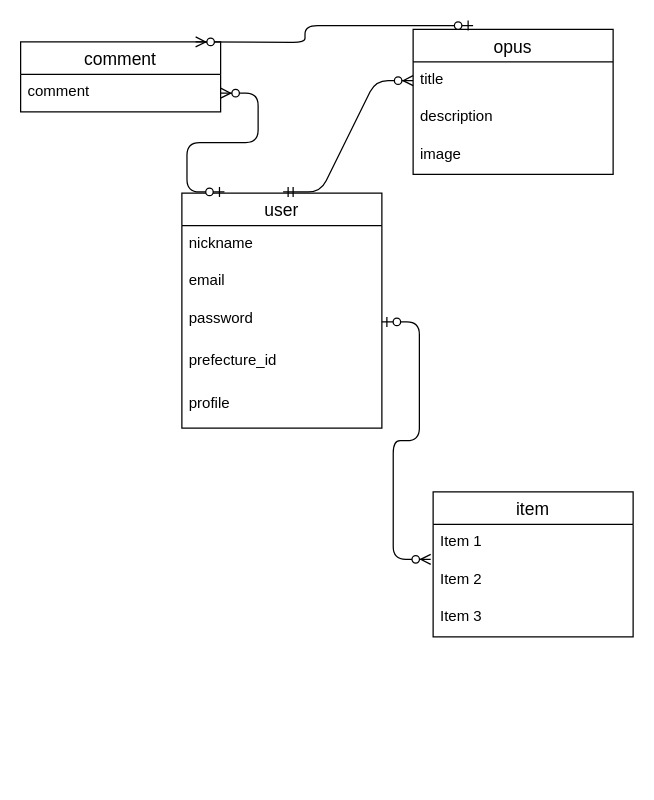
The draw.io diagram def_style.dio in tairakanno/def_style, before the edit. Source tidied: cells renumbered, new cells numbered last; positions are measured from the earlier drawing's top-left corner, leaving out a move shared by most shapes. Both pictures are drawn from the tidied source at 125%, with x=0, y=0 at pixel (20, 29).
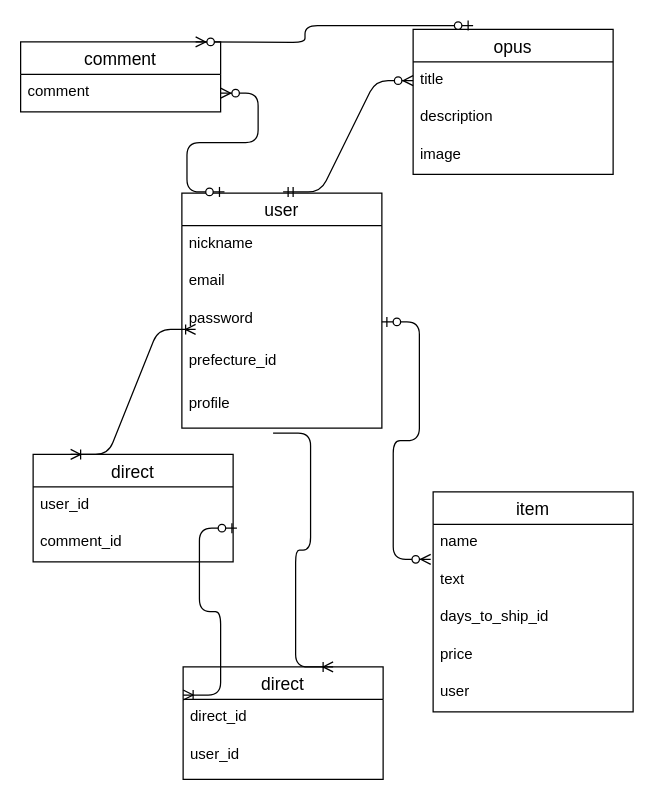
After the change.

Unchanged cells that the change refers to:
```xml
<mxCell id="7" value="profile" style="text;strokeColor=none;fillColor=none;spacingLeft=4;spacingRight=4;overflow=hidden;points=[[0,0.5],[1,0.5]];portConstraint=eastwest;fontSize=12;" parent="2" vertex="1">
  <mxGeometry y="154" width="160" height="34" as="geometry" />
</mxCell>
```

Diff of the diagram source:
```diff
@@
     <mxCell id="8" value="item" style="swimlane;fontStyle=0;horizontal=1;startSize=26;align=center;fontSize=14;" parent="1" vertex="1">
-      <mxGeometry x="330" y="370" width="160" height="116" as="geometry" />
+      <mxGeometry x="330" y="370" width="160" height="176" as="geometry" />
     </mxCell>
-    <mxCell id="9" value="Item 1" style="text;strokeColor=none;fillColor=none;spacingLeft=4;spacingRight=4;overflow=hidden;points=[[0,0.5],[1,0.5]];portConstraint=eastwest;fontSize=12;" parent="8" vertex="1">
+    <mxCell id="9" value="name" style="text;strokeColor=none;fillColor=none;spacingLeft=4;spacingRight=4;overflow=hidden;points=[[0,0.5],[1,0.5]];portConstraint=eastwest;fontSize=12;" parent="8" vertex="1">
       <mxGeometry y="26" width="160" height="30" as="geometry" />
     </mxCell>
-    <mxCell id="10" value="Item 2" style="text;strokeColor=none;fillColor=none;spacingLeft=4;spacingRight=4;overflow=hidden;fontSize=12;" parent="8" vertex="1">
+    <mxCell id="10" value="text" style="text;strokeColor=none;fillColor=none;spacingLeft=4;spacingRight=4;overflow=hidden;fontSize=12;" parent="8" vertex="1">
       <mxGeometry y="56" width="160" height="30" as="geometry" />
     </mxCell>
-    <mxCell id="11" value="Item 3" style="text;strokeColor=none;fillColor=none;spacingLeft=4;spacingRight=4;overflow=hidden;fontSize=12;" parent="8" vertex="1">
-      <mxGeometry y="86" width="160" height="30" as="geometry" />
-    </mxCell>
+    <mxCell id="22" value="days_to_ship_id" style="text;strokeColor=none;fillColor=none;spacingLeft=4;spacingRight=4;overflow=hidden;fontSize=12;" parent="8" vertex="1">
+      <mxGeometry y="86" width="160" height="30" as="geometry" />
+    </mxCell>
+    <mxCell id="23" value="price" style="text;strokeColor=none;fillColor=none;spacingLeft=4;spacingRight=4;overflow=hidden;fontSize=12;" parent="8" vertex="1">
+      <mxGeometry y="116" width="160" height="30" as="geometry" />
+    </mxCell>
+    <mxCell id="24" value="user" style="text;strokeColor=none;fillColor=none;spacingLeft=4;spacingRight=4;overflow=hidden;fontSize=12;" parent="8" vertex="1">
+      <mxGeometry y="146" width="160" height="30" as="geometry" />
+    </mxCell>
@@
+    <mxCell id="25" value="direct" style="swimlane;fontStyle=0;horizontal=1;startSize=26;align=center;fontSize=14;" parent="1" vertex="1">
+      <mxGeometry x="10" y="340" width="160" height="86" as="geometry" />
+    </mxCell>
+    <mxCell id="26" value="user_id" style="text;strokeColor=none;fillColor=none;spacingLeft=4;spacingRight=4;overflow=hidden;fontSize=12;" parent="25" vertex="1">
+      <mxGeometry y="26" width="160" height="30" as="geometry" />
+    </mxCell>
+    <mxCell id="27" value="comment_id" style="text;strokeColor=none;fillColor=none;spacingLeft=4;spacingRight=4;overflow=hidden;points=[[0,0.5],[1,0.5]];portConstraint=eastwest;fontSize=12;" parent="25" vertex="1">
+      <mxGeometry y="56" width="160" height="30" as="geometry" />
+    </mxCell>
+    <mxCell id="28" value="direct" style="swimlane;fontStyle=0;horizontal=1;startSize=26;align=center;fontSize=14;" parent="1" vertex="1">
+      <mxGeometry x="130" y="510" width="160" height="90" as="geometry" />
+    </mxCell>
+    <mxCell id="29" value="direct_id" style="text;strokeColor=none;fillColor=none;spacingLeft=4;spacingRight=4;overflow=hidden;fontSize=12;" parent="28" vertex="1">
+      <mxGeometry y="26" width="160" height="30" as="geometry" />
+    </mxCell>
+    <mxCell id="30" value="user_id" style="text;strokeColor=none;fillColor=none;spacingLeft=4;spacingRight=4;overflow=hidden;fontSize=12;" parent="28" vertex="1">
+      <mxGeometry y="56" width="160" height="34" as="geometry" />
+    </mxCell>
+    <mxCell id="31" style="edgeStyle=entityRelationEdgeStyle;fontSize=12;html=1;endArrow=ERoneToMany;startArrow=ERoneToMany;" parent="1" edge="1">
+      <mxGeometry relative="1" as="geometry">
+        <mxPoint x="40" y="340" as="sourcePoint" />
+        <mxPoint x="140" y="240" as="targetPoint" />
+      </mxGeometry>
+    </mxCell>
+    <mxCell id="32" style="edgeStyle=entityRelationEdgeStyle;fontSize=12;html=1;endArrow=ERoneToMany;exitX=0.456;exitY=1.118;exitDx=0;exitDy=0;exitPerimeter=0;entryX=0.75;entryY=0;entryDx=0;entryDy=0;" parent="1" edge="1" source="7" target="28">
+      <mxGeometry relative="1" as="geometry" />
+    </mxCell>
+    <mxCell id="33" style="edgeStyle=entityRelationEdgeStyle;fontSize=12;html=1;endArrow=ERoneToMany;startArrow=ERzeroToOne;entryX=0;entryY=0.25;entryDx=0;entryDy=0;exitX=1.019;exitY=0.1;exitDx=0;exitDy=0;exitPerimeter=0;" parent="1" edge="1" source="27" target="28">
+      <mxGeometry relative="1" as="geometry" />
+    </mxCell>
```
